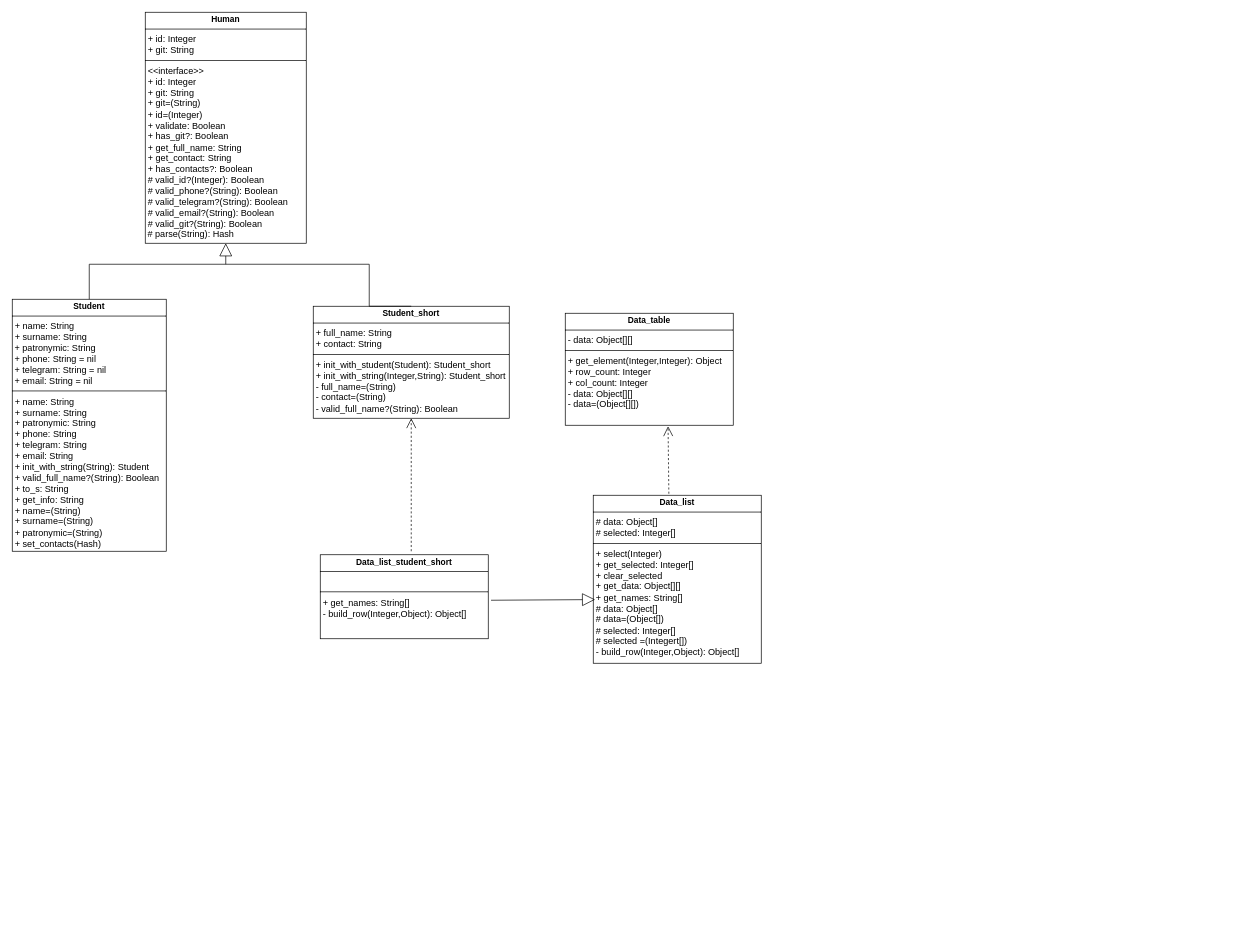
Earlier version of the draw.io diagram Students/media/diagrams/class_diagram.drawio (mighty-mlrisen/design-patterns). Source tidied: cells renumbered, new cells numbered last; positions are measured from the earlier drawing's top-left corner, leaving out a move shared by most shapes. Both pictures are drawn from the tidied source at 70%, with x=0, y=0 at pixel (12, 12).
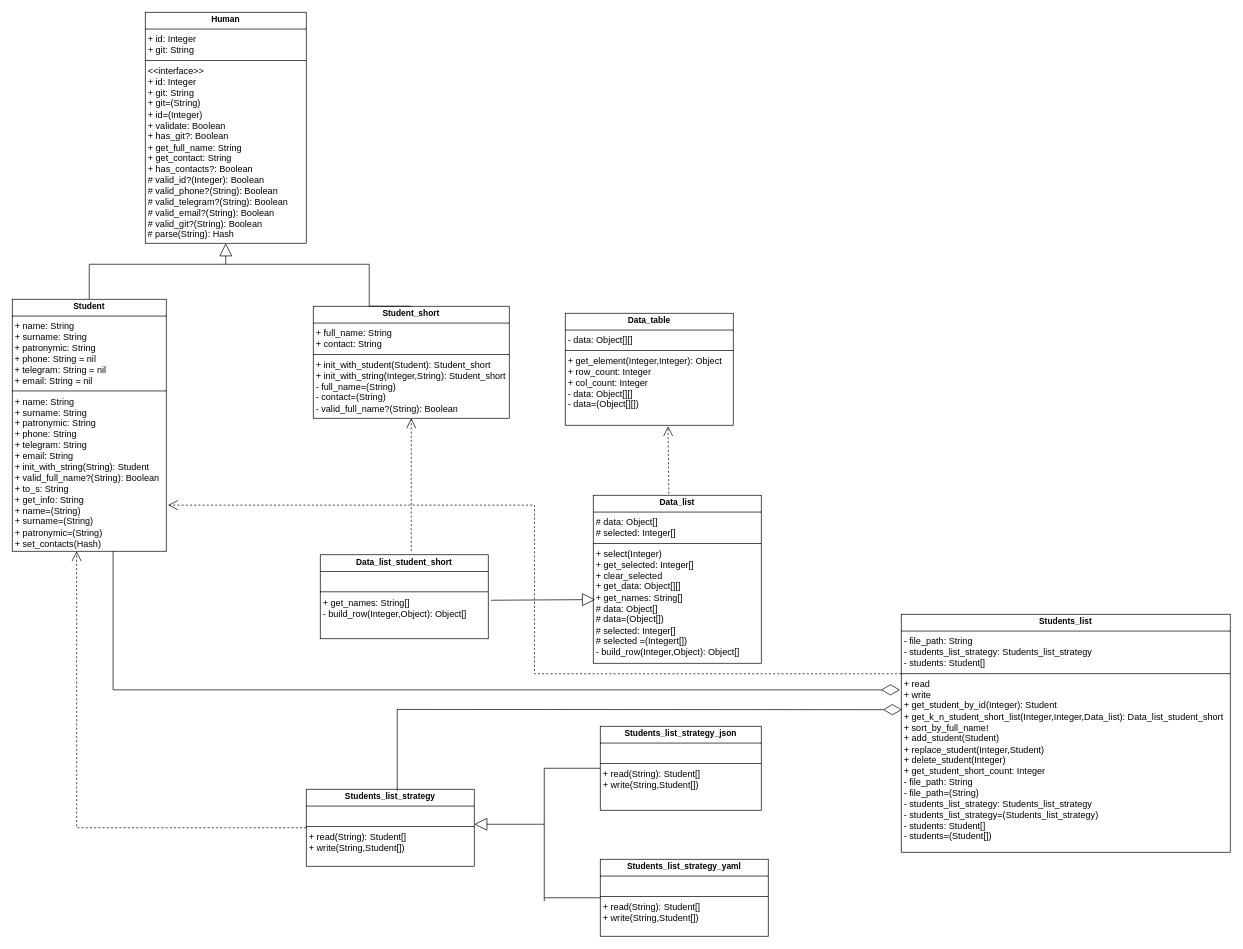
After the change.

Commit message (it also covers changes not shown here):
lab4 2.6: applied pattern strategy

Unchanged cells that the change refers to:
```xml
<mxCell id="2" value="&lt;p style=&quot;margin:0px;margin-top:4px;text-align:center;&quot;&gt;&lt;b&gt;Student&lt;/b&gt;&lt;/p&gt;&lt;hr size=&quot;1&quot; style=&quot;border-style:solid;&quot;&gt;&lt;p style=&quot;margin: 0px 0px 0px 4px; font-size: 13px;&quot;&gt;&lt;font style=&quot;font-size: 13px;&quot;&gt;+ name: String&lt;/font&gt;&lt;/p&gt;&lt;p style=&quot;margin: 0px 0px 0px 4px; font-size: 13px;&quot;&gt;&lt;font style=&quot;font-size: 13px;&quot;&gt;+ surname: String&lt;br&gt;&lt;/font&gt;&lt;/p&gt;&lt;div style=&quot;font-size: 13px;&quot;&gt;&lt;font style=&quot;font-size: 13px;&quot;&gt;&amp;nbsp;&lt;span style=&quot;background-color: initial;&quot;&gt;+&amp;nbsp;&lt;/span&gt;&lt;span style=&quot;background-color: initial;&quot;&gt;patronymic&lt;/span&gt;&lt;span style=&quot;background-color: initial;&quot;&gt;: String&lt;/span&gt;&lt;/font&gt;&lt;/div&gt;&lt;div style=&quot;font-size: 13px;&quot;&gt;&lt;font style=&quot;font-size: 13px;&quot;&gt;&lt;span style=&quot;background-color: initial;&quot;&gt;&amp;nbsp;&lt;/span&gt;&lt;span style=&quot;background-color: initial;&quot;&gt;+&amp;nbsp;&lt;/span&gt;&lt;span style=&quot;background-color: initial;&quot;&gt;phone&lt;/span&gt;&lt;span style=&quot;background-color: initial;&quot;&gt;: String = nil&lt;/span&gt;&lt;/font&gt;&lt;/div&gt;&lt;div style=&quot;font-size: 13px;&quot;&gt;&lt;font style=&quot;font-size: 13px;&quot;&gt;&lt;span style=&quot;background-color: initial;&quot;&gt;&amp;nbsp;&lt;/span&gt;&lt;span style=&quot;background-color: initial;&quot;&gt;+&amp;nbsp;&lt;/span&gt;&lt;span style=&quot;background-color: initial;&quot;&gt;telegram&lt;/span&gt;&lt;span style=&quot;background-color: initial;&quot;&gt;: String = nil&lt;/span&gt;&lt;/font&gt;&lt;/div&gt;&lt;div style=&quot;font-size: 13px;&quot;&gt;&lt;font style=&quot;font-size: 13px;&quot;&gt;&lt;span style=&quot;background-color: initial;&quot;&gt;&amp;nbsp;&lt;/span&gt;&lt;span style=&quot;background-color: initial;&quot;&gt;+&amp;nbsp;&lt;/span&gt;&lt;span style=&quot;background-color: initial;&quot;&gt;email&lt;/span&gt;&lt;span style=&quot;background-color: initial;&quot;&gt;: String = nil&lt;/span&gt;&lt;/font&gt;&lt;/div&gt;&lt;hr size=&quot;1&quot; style=&quot;border-style: solid; font-size: 13px;&quot;&gt;&lt;p style=&quot;margin: 0px 0px 0px 4px; font-size: 13px;&quot;&gt;&lt;font style=&quot;font-size: 13px;&quot;&gt;+ name&lt;/font&gt;&lt;span style=&quot;background-color: initial;&quot;&gt;: String&lt;/span&gt;&lt;/p&gt;&lt;p style=&quot;margin: 0px 0px 0px 4px; font-size: 13px;&quot;&gt;&lt;font style=&quot;font-size: 13px;&quot;&gt;+ surname: String&lt;br&gt;&lt;/font&gt;&lt;/p&gt;&lt;p style=&quot;margin: 0px 0px 0px 4px; font-size: 13px;&quot;&gt;&lt;font style=&quot;font-size: 13px;&quot;&gt;+ patronymic: String&lt;br&gt;&lt;/font&gt;&lt;/p&gt;&lt;p style=&quot;margin: 0px 0px 0px 4px; font-size: 13px;&quot;&gt;&lt;font style=&quot;font-size: 13px;&quot;&gt;+ phone: String&lt;br&gt;&lt;/font&gt;&lt;/p&gt;&lt;p style=&quot;margin: 0px 0px 0px 4px; font-size: 13px;&quot;&gt;&lt;font style=&quot;font-size: 13px;&quot;&gt;+ telegram: String&lt;br&gt;&lt;/font&gt;&lt;/p&gt;&lt;p style=&quot;margin: 0px 0px 0px 4px; font-size: 13px;&quot;&gt;&lt;font style=&quot;font-size: 13px;&quot;&gt;+ email: String&lt;br&gt;&lt;/font&gt;&lt;/p&gt;&lt;p style=&quot;margin: 0px 0px 0px 4px; font-size: 13px;&quot;&gt;&lt;font style=&quot;font-size: 13px;&quot;&gt;+ init_with_string(&lt;/font&gt;&lt;span style=&quot;background-color: initial;&quot;&gt;String&lt;/span&gt;&lt;span style=&quot;background-color: initial;&quot;&gt;): Student&lt;/span&gt;&lt;/p&gt;&lt;p style=&quot;margin: 0px 0px 0px 4px; font-size: 13px;&quot;&gt;&lt;font style=&quot;font-size: 13px;&quot;&gt;+ valid_full_name?(&lt;/font&gt;&lt;span style=&quot;background-color: initial;&quot;&gt;String&lt;/span&gt;&lt;span style=&quot;background-color: initial;&quot;&gt;): Boolean&lt;/span&gt;&lt;/p&gt;&lt;p style=&quot;margin: 0px 0px 0px 4px; font-size: 13px;&quot;&gt;&lt;font style=&quot;font-size: 13px;&quot;&gt;+ to_s: String&lt;br&gt;&lt;/font&gt;&lt;/p&gt;&lt;p style=&quot;margin: 0px 0px 0px 4px; font-size: 13px;&quot;&gt;&lt;font style=&quot;font-size: 13px;&quot;&gt;+ get_info: String&lt;/font&gt;&lt;/p&gt;&lt;p style=&quot;margin: 0px 0px 0px 4px; font-size: 13px;&quot;&gt;&lt;font style=&quot;font-size: 13px;&quot;&gt;+&amp;nbsp;name&lt;span style=&quot;background-color: initial;&quot;&gt;=(&lt;/span&gt;&lt;/font&gt;&lt;span style=&quot;background-color: initial;&quot;&gt;String&lt;/span&gt;&lt;span style=&quot;background-color: initial;&quot;&gt;)&lt;/span&gt;&lt;/p&gt;&lt;p style=&quot;margin: 0px 0px 0px 4px; font-size: 13px;&quot;&gt;&lt;font style=&quot;font-size: 13px;&quot;&gt;+ surname&lt;span style=&quot;background-color: initial;&quot;&gt;=(&lt;/span&gt;&lt;/font&gt;&lt;span style=&quot;background-color: initial;&quot;&gt;String&lt;/span&gt;&lt;span style=&quot;background-color: initial;&quot;&gt;)&lt;/span&gt;&lt;/p&gt;&lt;p style=&quot;margin: 0px 0px 0px 4px; font-size: 13px;&quot;&gt;&lt;font style=&quot;font-size: 13px;&quot;&gt;+ patronymic=(&lt;/font&gt;&lt;span style=&quot;background-color: initial;&quot;&gt;String&lt;/span&gt;&lt;span style=&quot;background-color: initial;&quot;&gt;)&lt;/span&gt;&lt;/p&gt;&lt;p style=&quot;margin: 0px 0px 0px 4px; font-size: 13px;&quot;&gt;&lt;span style=&quot;background-color: initial;&quot;&gt;+&amp;nbsp;set_contacts(Hash)&lt;/span&gt;&lt;/p&gt;&lt;p style=&quot;margin: 0px 0px 0px 4px; font-size: 13px;&quot;&gt;&lt;br&gt;&lt;/p&gt;&lt;p style=&quot;margin: 0px 0px 0px 4px; font-size: 13px;&quot;&gt;&lt;br&gt;&lt;/p&gt;" style="verticalAlign=top;align=left;overflow=fill;html=1;whiteSpace=wrap;" parent="1" vertex="1">
  <mxGeometry y="410" width="220" height="360" as="geometry" />
</mxCell>
```

What changed in the source:
```diff
@@
+    <mxCell id="13" value="&lt;p style=&quot;margin:0px;margin-top:4px;text-align:center;&quot;&gt;&lt;b&gt;Students_list_strategy&lt;/b&gt;&lt;/p&gt;&lt;hr size=&quot;1&quot; style=&quot;border-style:solid;&quot;&gt;&lt;p style=&quot;margin: 0px 0px 0px 4px; font-size: 13px;&quot;&gt;&lt;br&gt;&lt;/p&gt;&lt;hr size=&quot;1&quot; style=&quot;border-style: solid; font-size: 13px;&quot;&gt;&lt;p style=&quot;margin: 0px 0px 0px 4px; font-size: 13px;&quot;&gt;&lt;span style=&quot;background-color: initial;&quot;&gt;+ read(String&lt;/span&gt;&lt;span style=&quot;background-color: initial;&quot;&gt;): Student[]&lt;/span&gt;&lt;/p&gt;&lt;p style=&quot;margin: 0px 0px 0px 4px; font-size: 13px;&quot;&gt;+ write(String,&lt;span style=&quot;background-color: initial;&quot;&gt;Student&lt;/span&gt;&lt;span style=&quot;background-color: initial;&quot;&gt;[])&lt;/span&gt;&lt;/p&gt;" style="verticalAlign=top;align=left;overflow=fill;html=1;whiteSpace=wrap;" parent="1" vertex="1">
+      <mxGeometry x="420" y="1110" width="240" height="110" as="geometry" />
+    </mxCell>
+    <mxCell id="14" value="&lt;p style=&quot;margin:0px;margin-top:4px;text-align:center;&quot;&gt;&lt;b&gt;Students_list_strategy_yaml&lt;/b&gt;&lt;/p&gt;&lt;hr size=&quot;1&quot; style=&quot;border-style:solid;&quot;&gt;&lt;p style=&quot;margin: 0px 0px 0px 4px; font-size: 13px;&quot;&gt;&lt;br&gt;&lt;/p&gt;&lt;hr size=&quot;1&quot; style=&quot;border-style: solid; font-size: 13px;&quot;&gt;&lt;p style=&quot;margin: 0px 0px 0px 4px; font-size: 13px;&quot;&gt;&lt;span style=&quot;background-color: initial;&quot;&gt;+ read(String&lt;/span&gt;&lt;span style=&quot;background-color: initial;&quot;&gt;):&amp;nbsp;&lt;/span&gt;&lt;span style=&quot;background-color: initial;&quot;&gt;Student&lt;/span&gt;&lt;span style=&quot;background-color: initial;&quot;&gt;[]&lt;/span&gt;&lt;/p&gt;&lt;p style=&quot;margin: 0px 0px 0px 4px; font-size: 13px;&quot;&gt;+ write(String,&lt;span style=&quot;background-color: initial;&quot;&gt;Student&lt;/span&gt;&lt;span style=&quot;background-color: initial;&quot;&gt;[])&lt;/span&gt;&lt;/p&gt;" style="verticalAlign=top;align=left;overflow=fill;html=1;whiteSpace=wrap;" parent="1" vertex="1">
+      <mxGeometry x="840" y="1210" width="240" height="110" as="geometry" />
+    </mxCell>
+    <mxCell id="15" value="&lt;p style=&quot;margin:0px;margin-top:4px;text-align:center;&quot;&gt;&lt;b&gt;Students_list_strategy_json&lt;/b&gt;&lt;/p&gt;&lt;hr size=&quot;1&quot; style=&quot;border-style:solid;&quot;&gt;&lt;p style=&quot;margin: 0px 0px 0px 4px; font-size: 13px;&quot;&gt;&lt;br&gt;&lt;/p&gt;&lt;hr size=&quot;1&quot; style=&quot;border-style: solid; font-size: 13px;&quot;&gt;&lt;p style=&quot;margin: 0px 0px 0px 4px; font-size: 13px;&quot;&gt;&lt;span style=&quot;background-color: initial;&quot;&gt;+ read(String&lt;/span&gt;&lt;span style=&quot;background-color: initial;&quot;&gt;): Student[]&lt;/span&gt;&lt;/p&gt;&lt;p style=&quot;margin: 0px 0px 0px 4px; font-size: 13px;&quot;&gt;&lt;font style=&quot;font-size: 13px;&quot;&gt;+ write(String,&lt;/font&gt;&lt;span style=&quot;background-color: initial;&quot;&gt;Student&lt;/span&gt;&lt;span style=&quot;background-color: initial;&quot;&gt;[])&lt;/span&gt;&lt;/p&gt;&lt;p style=&quot;margin: 0px 0px 0px 4px; font-size: 13px;&quot;&gt;&lt;br&gt;&lt;/p&gt;" style="verticalAlign=top;align=left;overflow=fill;html=1;whiteSpace=wrap;" parent="1" vertex="1">
+      <mxGeometry x="840" y="1020" width="230" height="120" as="geometry" />
+    </mxCell>
+    <mxCell id="16" value="&lt;p style=&quot;margin:0px;margin-top:4px;text-align:center;&quot;&gt;&lt;b&gt;Students_list&lt;/b&gt;&lt;/p&gt;&lt;hr size=&quot;1&quot; style=&quot;border-style:solid;&quot;&gt;&lt;p style=&quot;margin: 0px 0px 0px 4px; font-size: 13px;&quot;&gt;&lt;font style=&quot;font-size: 13px;&quot;&gt;- file_path: String&lt;/font&gt;&lt;/p&gt;&lt;p style=&quot;margin: 0px 0px 0px 4px; font-size: 13px;&quot;&gt;&lt;font style=&quot;font-size: 13px;&quot;&gt;-&amp;nbsp;students_list_strategy:&amp;nbsp;Students_list_strategy&lt;/font&gt;&lt;/p&gt;&lt;p style=&quot;margin: 0px 0px 0px 4px; font-size: 13px;&quot;&gt;&lt;font style=&quot;font-size: 13px;&quot;&gt;- students: Student[]&lt;/font&gt;&lt;/p&gt;&lt;hr size=&quot;1&quot; style=&quot;border-style: solid; font-size: 13px;&quot;&gt;&lt;p style=&quot;margin: 0px 0px 0px 4px; font-size: 13px;&quot;&gt;&lt;span style=&quot;background-color: initial;&quot;&gt;+ read&lt;/span&gt;&lt;/p&gt;&lt;p style=&quot;margin: 0px 0px 0px 4px; font-size: 13px;&quot;&gt;&lt;font style=&quot;font-size: 13px;&quot;&gt;+ write&lt;/font&gt;&lt;/p&gt;&lt;p style=&quot;margin: 0px 0px 0px 4px; font-size: 13px;&quot;&gt;+&amp;nbsp;get_student_by_id(Integer): Student&lt;/p&gt;&lt;p style=&quot;margin: 0px 0px 0px 4px;&quot;&gt;&lt;span style=&quot;font-size: 13px; background-color: initial;&quot;&gt;+&amp;nbsp;&lt;/span&gt;&lt;span style=&quot;background-color: initial; font-size: 13px;&quot;&gt;get_k_n_student_short_list(&lt;/span&gt;&lt;span style=&quot;font-size: 13px; background-color: initial;&quot;&gt;Integer,&lt;/span&gt;&lt;span style=&quot;font-size: 13px; background-color: initial;&quot;&gt;Integer,Data_list)&lt;/span&gt;&lt;span style=&quot;background-color: initial; font-size: 13px;&quot;&gt;: Data_list_student_short&lt;/span&gt;&lt;/p&gt;&lt;p style=&quot;margin: 0px 0px 0px 4px; font-size: 13px;&quot;&gt;+ sort_by_full_name!&lt;/p&gt;&lt;p style=&quot;margin: 0px 0px 0px 4px; font-size: 13px;&quot;&gt;+&amp;nbsp;add_student(Student)&lt;/p&gt;&lt;p style=&quot;margin: 0px 0px 0px 4px; font-size: 13px;&quot;&gt;+&amp;nbsp;replace_student(Integer,Student)&lt;/p&gt;&lt;p style=&quot;margin: 0px 0px 0px 4px; font-size: 13px;&quot;&gt;+&amp;nbsp;delete_student(Integer)&lt;/p&gt;&lt;p style=&quot;margin: 0px 0px 0px 4px; font-size: 13px;&quot;&gt;+&amp;nbsp;get_student_short_count: Integer&lt;/p&gt;&lt;p style=&quot;margin: 0px 0px 0px 4px; font-size: 13px;&quot;&gt;-&amp;nbsp;&lt;span style=&quot;background-color: initial;&quot;&gt;file_path: String&lt;/span&gt;&lt;/p&gt;&lt;p style=&quot;margin: 0px 0px 0px 4px; font-size: 13px;&quot;&gt;&lt;span style=&quot;background-color: initial;&quot;&gt;- file_path=(String)&lt;/span&gt;&lt;/p&gt;&lt;p style=&quot;margin: 0px 0px 0px 4px; font-size: 13px;&quot;&gt;-&amp;nbsp;&lt;span style=&quot;background-color: initial;&quot;&gt;students_list_strategy&lt;/span&gt;&lt;span style=&quot;background-color: initial;&quot;&gt;:&amp;nbsp;&lt;/span&gt;&lt;span style=&quot;background-color: initial;&quot;&gt;Students_list_strategy&lt;/span&gt;&lt;/p&gt;&lt;p style=&quot;margin: 0px 0px 0px 4px; font-size: 13px;&quot;&gt;&lt;span style=&quot;background-color: initial;&quot;&gt;-&amp;nbsp;&lt;/span&gt;&lt;span style=&quot;background-color: initial;&quot;&gt;students_list_strategy&lt;/span&gt;&lt;span style=&quot;background-color: initial;&quot;&gt;=(&lt;/span&gt;&lt;span style=&quot;background-color: initial;&quot;&gt;Students_list_strategy&lt;/span&gt;&lt;span style=&quot;background-color: initial;&quot;&gt;)&lt;/span&gt;&lt;/p&gt;&lt;p style=&quot;margin: 0px 0px 0px 4px; font-size: 13px;&quot;&gt;-&amp;nbsp;&lt;span style=&quot;background-color: initial;&quot;&gt;students&lt;/span&gt;&lt;span style=&quot;background-color: initial;&quot;&gt;: Student[]&lt;/span&gt;&lt;/p&gt;&lt;p style=&quot;margin: 0px 0px 0px 4px; font-size: 13px;&quot;&gt;&lt;span style=&quot;background-color: initial;&quot;&gt;-&amp;nbsp;&lt;/span&gt;&lt;span style=&quot;background-color: initial;&quot;&gt;students&lt;/span&gt;&lt;span style=&quot;background-color: initial;&quot;&gt;=(Student[])&lt;/span&gt;&lt;/p&gt;" style="verticalAlign=top;align=left;overflow=fill;html=1;whiteSpace=wrap;" parent="1" vertex="1">
+      <mxGeometry x="1270" y="860" width="470" height="340" as="geometry" />
+    </mxCell>
+    <mxCell id="17" style="endArrow=none;html=1;rounded=0;exitX=0;exitY=0.5;exitDx=0;exitDy=0;" parent="1" edge="1" source="15">
+      <mxGeometry relative="1" as="geometry">
+        <mxPoint x="760" y="1080" as="targetPoint" />
+      </mxGeometry>
+    </mxCell>
+    <mxCell id="18" style="endArrow=none;html=1;rounded=0;entryX=0;entryY=0.5;entryDx=0;entryDy=0;" parent="1" edge="1" target="14">
+      <mxGeometry relative="1" as="geometry">
+        <mxPoint x="760" y="1265" as="sourcePoint" />
+      </mxGeometry>
+    </mxCell>
+    <mxCell id="19" style="endArrow=none;html=1;rounded=0;" parent="1" edge="1">
+      <mxGeometry relative="1" as="geometry">
+        <mxPoint x="760" y="1270" as="sourcePoint" />
+        <mxPoint x="760" y="1080" as="targetPoint" />
+      </mxGeometry>
+    </mxCell>
+    <mxCell id="20" style="endArrow=block;endSize=16;endFill=0;html=1;rounded=0;" parent="1" edge="1">
+      <mxGeometry relative="1" as="geometry">
+        <mxPoint x="760" y="1160" as="sourcePoint" />
+        <mxPoint x="660" y="1160" as="targetPoint" />
+      </mxGeometry>
+    </mxCell>
+    <mxCell id="21" style="endArrow=open;endSize=12;dashed=1;html=1;rounded=0;exitX=0;exitY=0.5;exitDx=0;exitDy=0;entryX=0.418;entryY=1;entryDx=0;entryDy=0;entryPerimeter=0;edgeStyle=orthogonalEdgeStyle;" parent="1" edge="1" source="13" target="2">
+      <mxGeometry relative="1" as="geometry" />
+    </mxCell>
+    <mxCell id="22" style="endArrow=diamondThin;endFill=0;endSize=24;html=1;rounded=0;entryX=-0.004;entryY=0.317;entryDx=0;entryDy=0;entryPerimeter=0;edgeStyle=elbowEdgeStyle;elbow=vertical;" parent="1" edge="1" target="16">
+      <mxGeometry relative="1" as="geometry">
+        <mxPoint x="144" y="770" as="sourcePoint" />
+        <Array as="points">
+          <mxPoint x="700" y="968" />
+        </Array>
+      </mxGeometry>
+    </mxCell>
+    <mxCell id="23" style="endArrow=diamondThin;endFill=0;endSize=24;html=1;rounded=0;entryX=0.002;entryY=0.401;entryDx=0;entryDy=0;entryPerimeter=0;" parent="1" edge="1" target="16">
+      <mxGeometry relative="1" as="geometry">
+        <mxPoint x="550" y="996" as="sourcePoint" />
+      </mxGeometry>
+    </mxCell>
+    <mxCell id="24" style="endArrow=none;html=1;rounded=0;" parent="1" edge="1">
+      <mxGeometry relative="1" as="geometry">
+        <mxPoint x="550" y="1112" as="sourcePoint" />
+        <mxPoint x="550" y="995" as="targetPoint" />
+      </mxGeometry>
+    </mxCell>
+    <mxCell id="25" style="endArrow=open;endSize=12;dashed=1;html=1;rounded=0;exitX=0;exitY=0.25;exitDx=0;exitDy=0;edgeStyle=elbowEdgeStyle;entryX=1.011;entryY=0.817;entryDx=0;entryDy=0;entryPerimeter=0;" parent="1" edge="1" source="16" target="2">
+      <mxGeometry relative="1" as="geometry" />
+    </mxCell>
```
